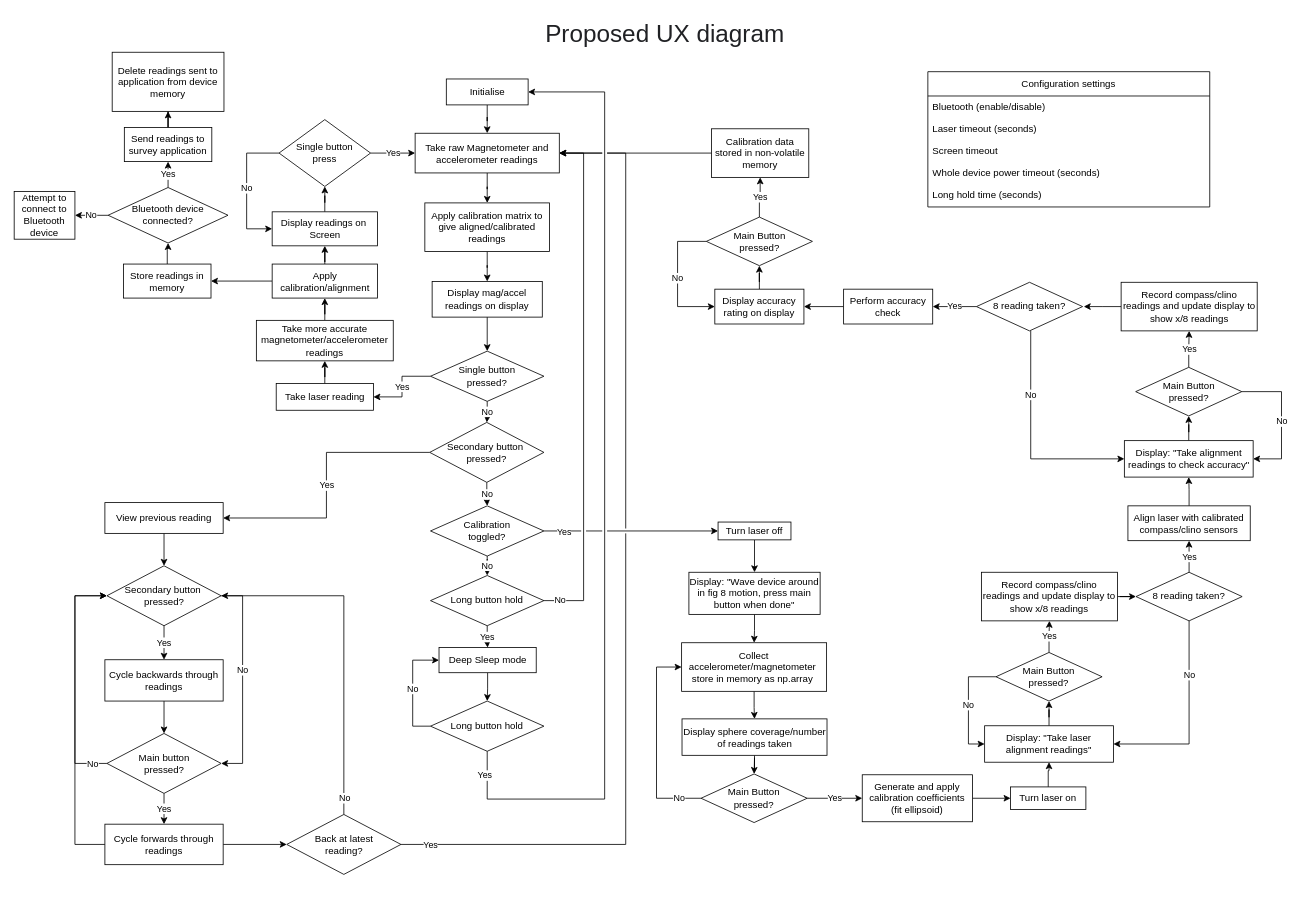
This is Untitled Diagram.drawio from blhall195/Cwmorthin, a draw.io file, before an edit. Source tidied: cells renumbered, new cells numbered last; positions are measured from the earlier drawing's top-left corner, leaving out a move shared by most shapes. Both pictures are drawn from the tidied source at 81%, with x=0, y=0 at pixel (14, 14).
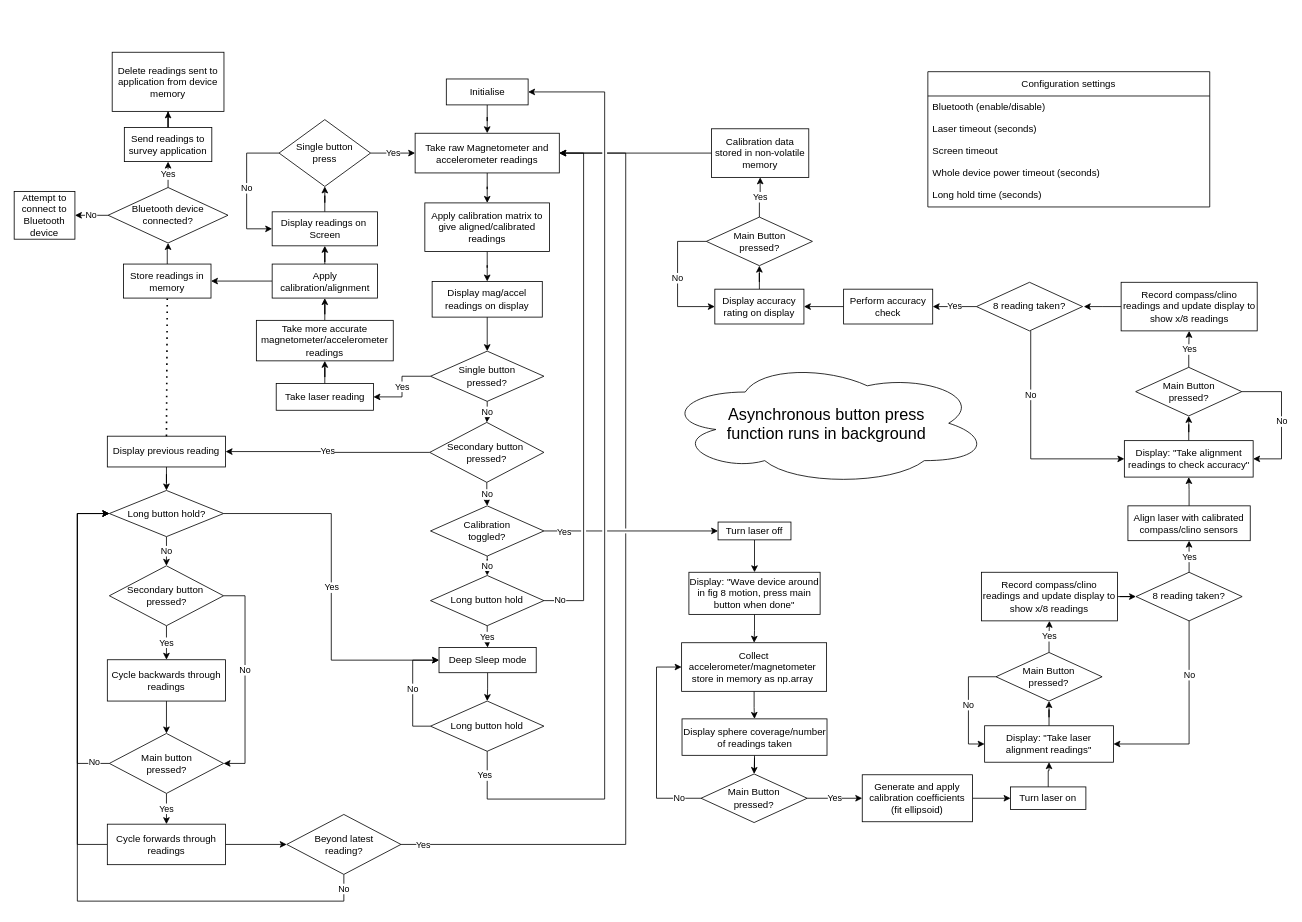
Above is the later version.

The change refers to these unchanged cells:
```xml
<mxCell id="20" value="Deep Sleep mode" style="whiteSpace=wrap;html=1;fontColor=#000000;" parent="1" vertex="1">
  <mxGeometry x="524.5" y="782" width="120" height="31" as="geometry" />
</mxCell>
<mxCell id="35" value="Store readings in memory" style="rounded=0;whiteSpace=wrap;html=1;" parent="1" vertex="1">
  <mxGeometry x="135" y="308.5" width="108" height="42" as="geometry" />
</mxCell>
<mxCell id="118" style="edgeStyle=orthogonalEdgeStyle;rounded=0;jettySize=auto;html=1;entryX=1;entryY=0.5;entryDx=0;entryDy=0;jumpStyle=gap;" parent="1" edge="1" source="120" target="9">
  <mxGeometry relative="1" as="geometry">
    <Array as="points">
      <mxPoint x="755" y="1025" />
      <mxPoint x="755" y="172" />
    </Array>
  </mxGeometry>
</mxCell>
```

Change to the diagram source:
```diff
@@
-    <mxCell id="102" style="edgeStyle=orthogonalEdgeStyle;rounded=0;jettySize=auto;html=1;entryX=0.5;entryY=0;entryDx=0;entryDy=0;" parent="1" edge="1" source="103" target="107">
+    <mxCell id="102" value="No" style="edgeStyle=orthogonalEdgeStyle;rounded=0;jettySize=auto;html=1;entryX=0.5;entryY=0;entryDx=0;entryDy=0;" parent="1" edge="1" source="125" target="107">
       <mxGeometry relative="1" as="geometry" />
     </mxCell>
-    <mxCell id="103" value="View previous reading" style="rounded=0;whiteSpace=wrap;html=1;" parent="1" vertex="1">
-      <mxGeometry x="112" y="603" width="146" height="38" as="geometry" />
+    <mxCell id="103" value="Display previous reading" style="rounded=0;whiteSpace=wrap;html=1;" parent="1" vertex="1">
+      <mxGeometry x="115" y="521" width="146" height="38" as="geometry" />
     </mxCell>
@@
     <mxCell id="105" style="edgeStyle=orthogonalEdgeStyle;rounded=0;jettySize=auto;html=1;entryX=1;entryY=0.5;entryDx=0;entryDy=0;" parent="1" edge="1" source="107" target="112">
       <mxGeometry relative="1" as="geometry">
         <Array as="points">
-          <mxPoint x="282" y="718" />
-          <mxPoint x="282" y="925" />
+          <mxPoint x="285" y="718" />
+          <mxPoint x="285" y="925" />
         </Array>
       </mxGeometry>
     </mxCell>
@@
     <mxCell id="107" value="Secondary button&amp;nbsp;&lt;br&gt;pressed?" style="rhombus;whiteSpace=wrap;html=1;fontColor=#000000;" parent="1" vertex="1">
-      <mxGeometry x="114.5" y="681" width="141" height="74" as="geometry" />
+      <mxGeometry x="117.5" y="681" width="141" height="74" as="geometry" />
     </mxCell>
@@
     <mxCell id="109" value="Cycle backwards through readings" style="rounded=0;whiteSpace=wrap;html=1;" parent="1" vertex="1">
-      <mxGeometry x="112" y="797" width="146" height="51" as="geometry" />
+      <mxGeometry x="115" y="797" width="146" height="51" as="geometry" />
     </mxCell>
@@
-    <mxCell id="111" style="edgeStyle=orthogonalEdgeStyle;rounded=0;jettySize=auto;html=1;entryX=0;entryY=0.5;entryDx=0;entryDy=0;" parent="1" edge="1" source="112" target="107">
+    <mxCell id="111" style="edgeStyle=orthogonalEdgeStyle;rounded=0;jettySize=auto;html=1;entryX=0;entryY=0.5;entryDx=0;entryDy=0;" parent="1" edge="1" source="112" target="125">
       <mxGeometry relative="1" as="geometry">
         <Array as="points">
-          <mxPoint x="75" y="925" />
-          <mxPoint x="75" y="718" />
+          <mxPoint x="78" y="925" />
+          <mxPoint x="78" y="617" />
         </Array>
       </mxGeometry>
     </mxCell>
     <mxCell id="112" value="Main button &lt;br&gt;pressed?" style="rhombus;whiteSpace=wrap;html=1;fontColor=#000000;" parent="1" vertex="1">
-      <mxGeometry x="114.5" y="888" width="141" height="74" as="geometry" />
+      <mxGeometry x="117.5" y="888" width="141" height="74" as="geometry" />
     </mxCell>
-    <mxCell id="113" value="No" style="edgeStyle=orthogonalEdgeStyle;rounded=0;jettySize=auto;html=1;entryX=0;entryY=0.5;entryDx=0;entryDy=0;" parent="1" edge="1" source="115" target="107">
-      <mxGeometry x="-0.29" y="-22" relative="1" as="geometry">
+    <mxCell id="113" value="No" style="edgeStyle=orthogonalEdgeStyle;rounded=0;jettySize=auto;html=1;entryX=0;entryY=0.5;entryDx=0;entryDy=0;" parent="1" edge="1" source="115" target="125">
+      <mxGeometry x="-0.43" y="-21" relative="1" as="geometry">
         <Array as="points">
-          <mxPoint x="75" y="1025" />
-          <mxPoint x="75" y="718" />
+          <mxPoint x="78" y="1025" />
+          <mxPoint x="78" y="617" />
         </Array>
       </mxGeometry>
     </mxCell>
@@
     <mxCell id="115" value="Cycle forwards through readings" style="rounded=0;whiteSpace=wrap;html=1;" parent="1" vertex="1">
-      <mxGeometry x="112" y="1000" width="146" height="50" as="geometry" />
+      <mxGeometry x="115" y="1000" width="146" height="50" as="geometry" />
     </mxCell>
-    <mxCell id="116" style="edgeStyle=orthogonalEdgeStyle;rounded=0;jettySize=auto;html=1;entryX=1;entryY=0.5;entryDx=0;entryDy=0;" parent="1" edge="1" source="120" target="107">
-      <mxGeometry relative="1" as="geometry">
-        <Array as="points">
-          <mxPoint x="407" y="718" />
-        </Array>
-      </mxGeometry>
-    </mxCell>
-    <mxCell id="117" value="No" style="edgeLabel;html=1;align=center;verticalAlign=middle;" parent="116" vertex="1">
-      <mxGeometry x="-0.81" y="-3" relative="1" as="geometry">
-        <mxPoint x="-3" y="19" as="offset" />
-      </mxGeometry>
-    </mxCell>
@@
     <mxCell id="119" value="Yes" style="edgeLabel;html=1;align=center;verticalAlign=middle;" parent="118" vertex="1">
       <mxGeometry x="-0.91" y="-6" relative="1" as="geometry">
-        <mxPoint x="-19" y="-6" as="offset" />
+        <mxPoint x="-28" y="-6" as="offset" />
       </mxGeometry>
     </mxCell>
+    <mxCell id="117" value="No" style="edgeStyle=orthogonalEdgeStyle;rounded=0;jettySize=auto;html=1;entryX=0;entryY=0.5;entryDx=0;entryDy=0;" parent="1" edge="1" source="120" target="125">
+      <mxGeometry x="-0.96" relative="1" as="geometry">
+        <Array as="points">
+          <mxPoint x="407" y="1095" />
+          <mxPoint x="78" y="1095" />
+          <mxPoint x="78" y="616" />
+        </Array>
+      </mxGeometry>
+    </mxCell>
-    <mxCell id="120" value="Back at latest &lt;br&gt;reading?" style="rhombus;whiteSpace=wrap;html=1;fontColor=#000000;" parent="1" vertex="1">
+    <mxCell id="120" value="Beyond latest &lt;br&gt;reading?" style="rhombus;whiteSpace=wrap;html=1;fontColor=#000000;" parent="1" vertex="1">
       <mxGeometry x="336.5" y="988" width="141" height="74" as="geometry" />
     </mxCell>
-    <mxCell id="121" value="&lt;span style=&quot;color: rgb(32, 33, 36); font-family: &amp;quot;Google Sans&amp;quot;, arial, sans-serif; font-size: 30px; font-style: normal; font-variant-ligatures: normal; font-variant-caps: normal; font-weight: 400; letter-spacing: normal; orphans: 2; text-align: left; text-indent: 0px; text-transform: none; widows: 2; word-spacing: 0px; -webkit-text-stroke-width: 0px; background-color: rgb(255, 255, 255); text-decoration-thickness: initial; text-decoration-style: initial; text-decoration-color: initial; float: none; display: inline !important;&quot;&gt;Proposed UX diagram&lt;/span&gt;" style="text;whiteSpace=wrap;html=1;" parent="1" vertex="1">
-      <mxGeometry x="654" width="410" height="58" as="geometry" />
-    </mxCell>
+    <mxCell id="122" style="endArrow=none;dashed=1;html=1;dashPattern=1 3;strokeWidth=2;rounded=0;entryX=0.5;entryY=1;entryDx=0;entryDy=0;exitX=0.5;exitY=0;exitDx=0;exitDy=0;" parent="1" edge="1" source="103" target="35">
+      <mxGeometry relative="1" as="geometry" />
+    </mxCell>
+    <mxCell id="123" style="edgeStyle=orthogonalEdgeStyle;rounded=0;jettySize=auto;html=1;entryX=0.5;entryY=0;entryDx=0;entryDy=0;" parent="1" edge="1" source="103" target="125">
+      <mxGeometry relative="1" as="geometry" />
+    </mxCell>
+    <mxCell id="124" value="Yes" style="edgeStyle=orthogonalEdgeStyle;rounded=0;jettySize=auto;html=1;entryX=0;entryY=0.5;entryDx=0;entryDy=0;" parent="1" edge="1" source="125" target="20">
+      <mxGeometry relative="1" as="geometry" />
+    </mxCell>
+    <mxCell id="125" value="Long button hold?" style="rhombus;whiteSpace=wrap;html=1;fontColor=#000000;" parent="1" vertex="1">
+      <mxGeometry x="117.5" y="588" width="141" height="57" as="geometry" />
+    </mxCell>
+    <mxCell id="126" value="&lt;font style=&quot;font-size: 20px;&quot;&gt;Asynchronous button press&lt;br&gt;function runs in background&lt;/font&gt;" style="ellipse;shape=cloud;whiteSpace=wrap;html=1;" parent="1" vertex="1">
+      <mxGeometry x="802" y="428" width="402" height="154" as="geometry" />
+    </mxCell>
```
